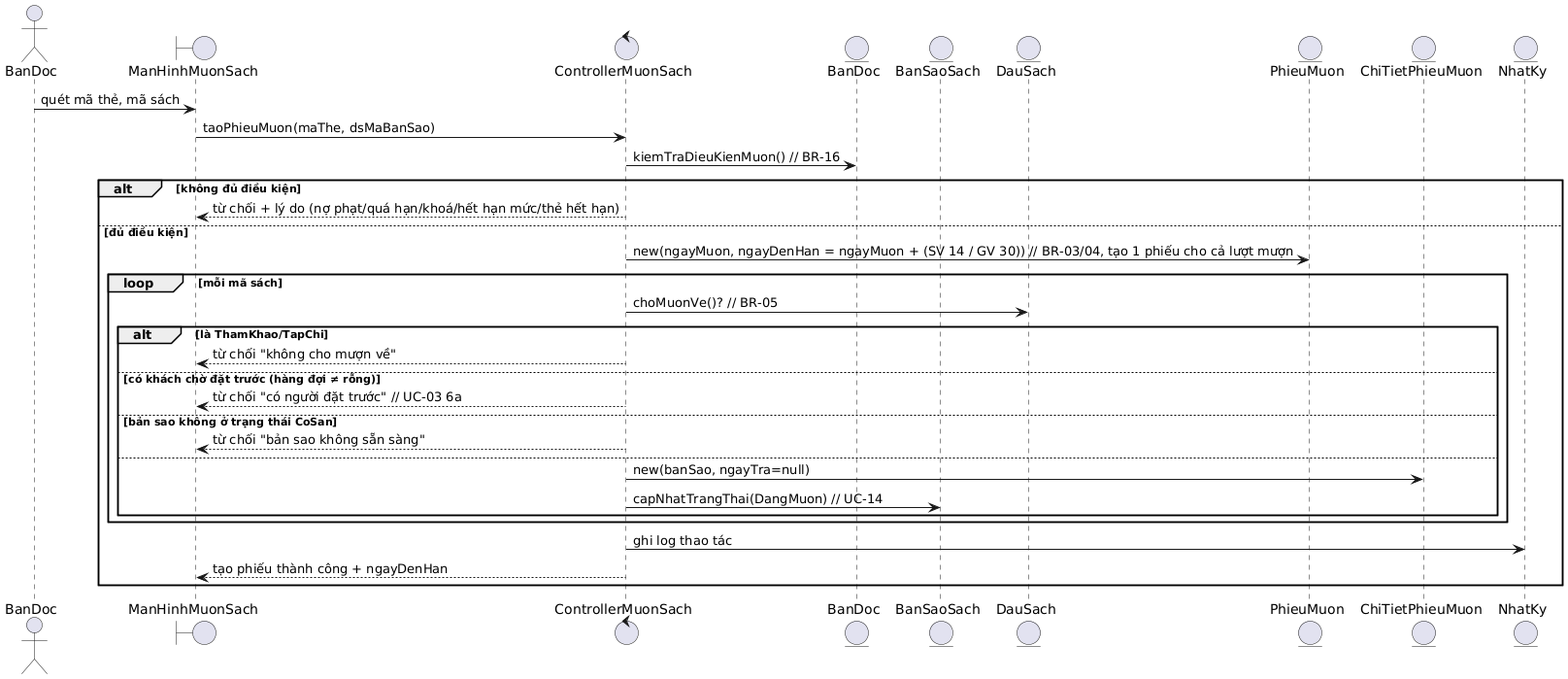
mtmtmthehehe/OOAD keeps this PlantUML diagram as docs/04-thiet-ke/bieu-do-tuan-tu/sd-muon-sach.png. Above is the earlier version.
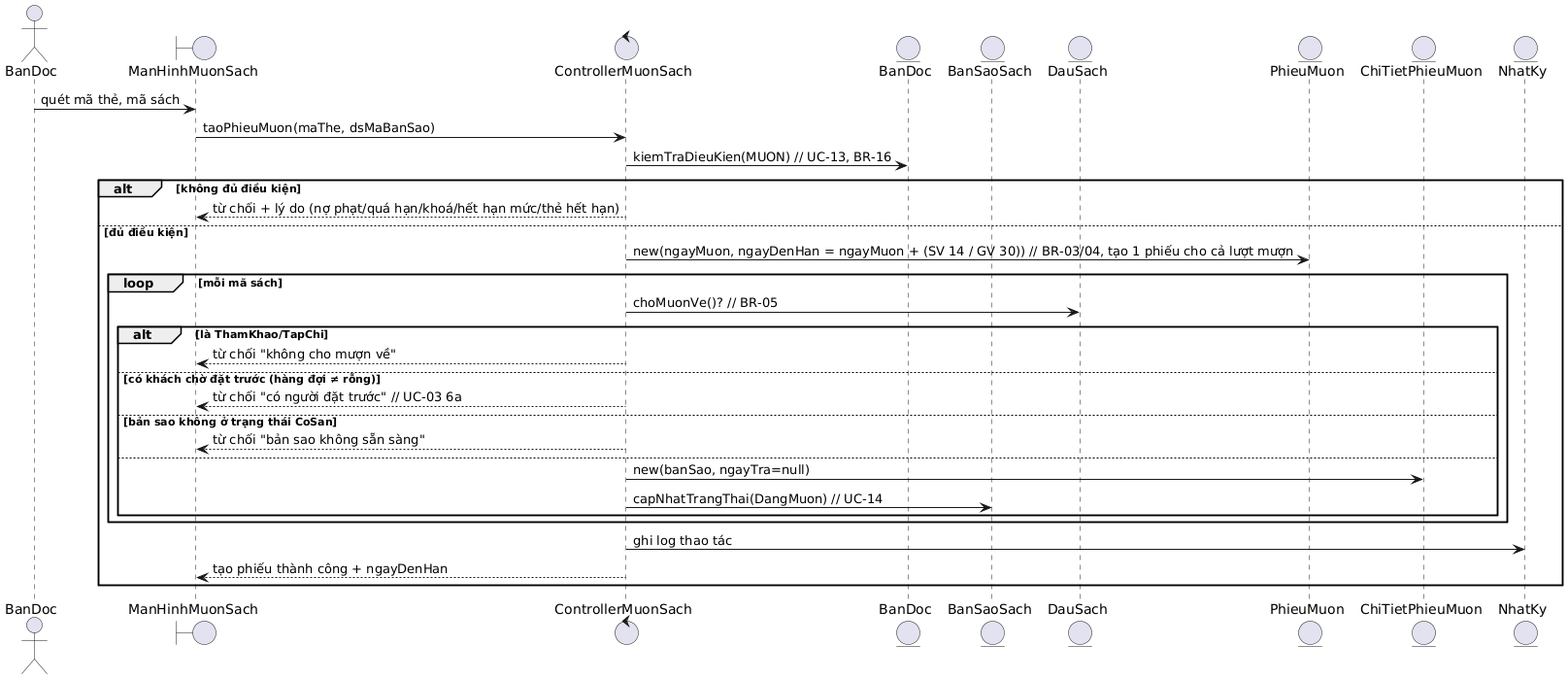
After the change.

The edit, as a diff of the source:
```diff
@@ -11,7 +11,7 @@
 
 BD -> ManHinhMuonSach : quét mã thẻ, mã sách
 ManHinhMuonSach -> ControllerMuonSach : taoPhieuMuon(maThe, dsMaBanSao)
-ControllerMuonSach -> BanDoc : kiemTraDieuKienMuon() // BR-16
+ControllerMuonSach -> BanDoc : kiemTraDieuKien(MUON) // UC-13, BR-16
 alt không đủ điều kiện
   ControllerMuonSach --> ManHinhMuonSach : từ chối + lý do (nợ phạt/quá hạn/khoá/hết hạn mức/thẻ hết hạn)
 else đủ điều kiện
```
